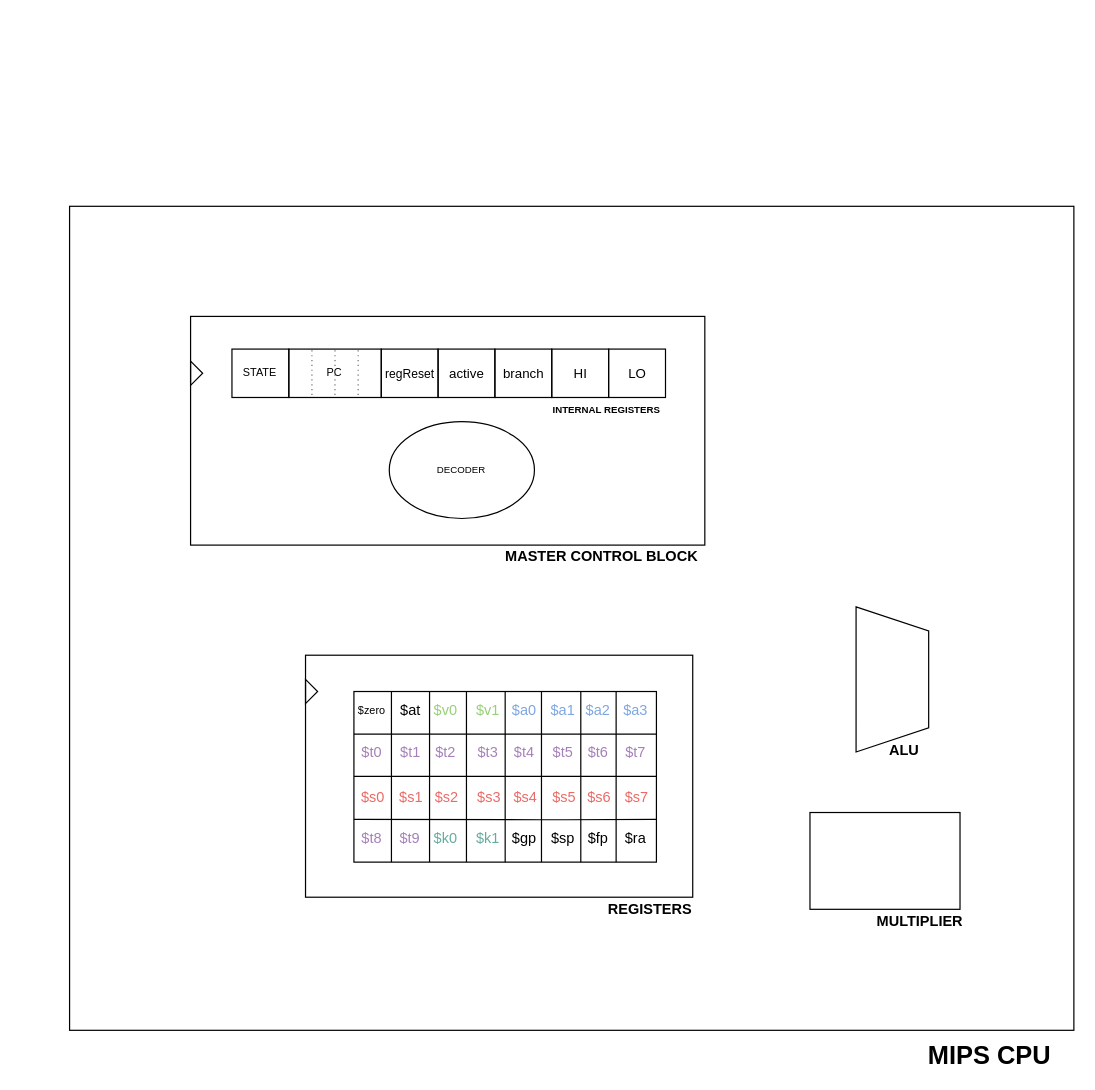
JosiahMendes/MIPS32-T501 keeps this draw.io diagram as docs/Architecture_Diagram.drawio. Above is the earlier version. Source tidied: cells renumbered, new cells numbered last; positions are measured from the earlier drawing's top-left corner, leaving out a move shared by most shapes. Both pictures are drawn from the tidied source at 121%, with x=0, y=0 at pixel (69, 206).
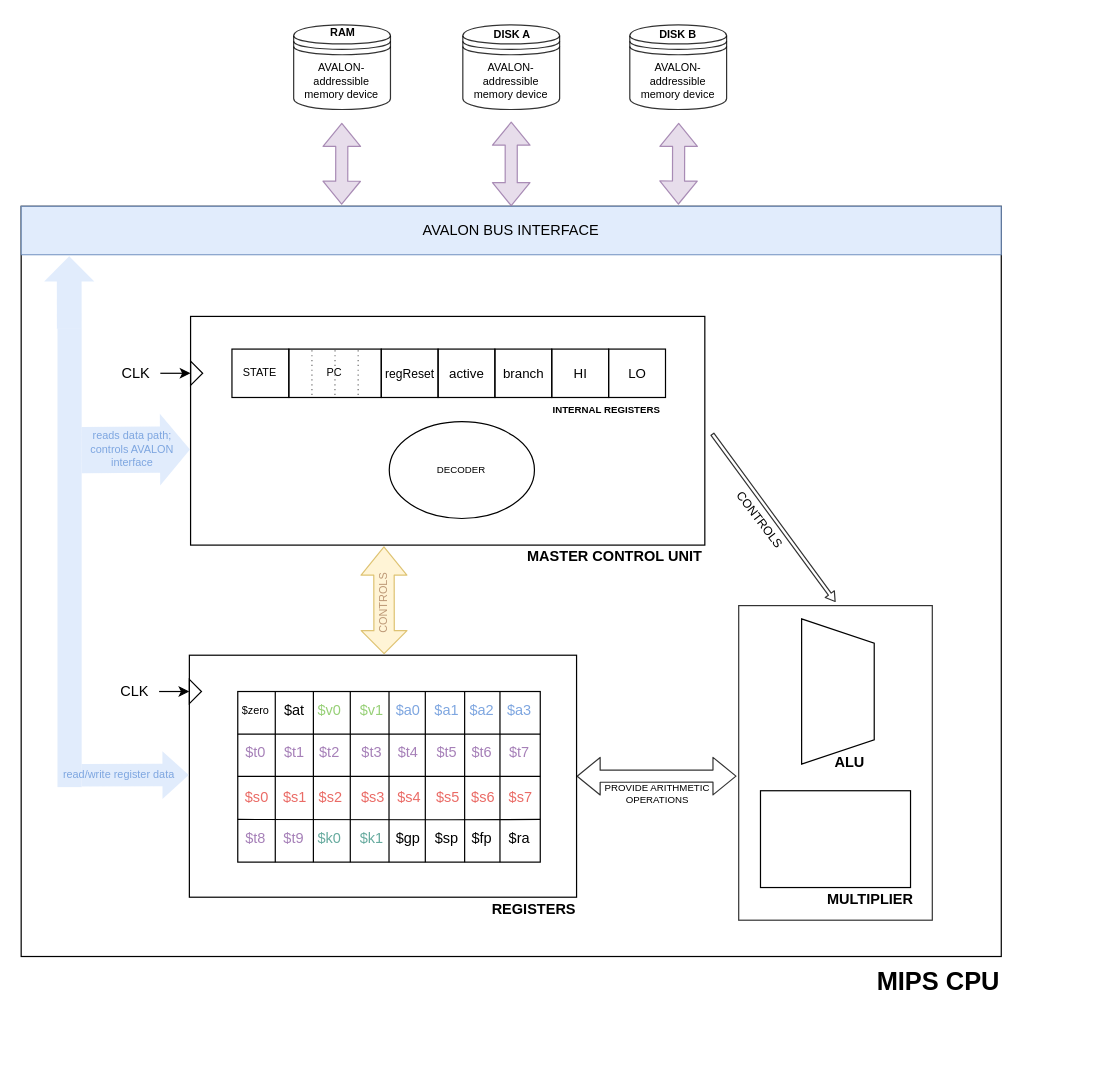
The same page after the edit.

Commit message:
added data flows to architecture diagram

The change refers to these unchanged cells:
```xml
<mxCell id="10" style="rounded=0;whiteSpace=wrap;html=1;glass=1;gradientColor=none;fontSize=9;fontColor=#67AB9F;fillColor=none;" parent="9" vertex="1">
  <mxGeometry width="320" height="200" as="geometry" />
</mxCell>
<mxCell id="56" style="triangle;whiteSpace=wrap;html=1;glass=1;fillColor=none;gradientColor=none;fontSize=9;fontColor=#67AB9F;" parent="9" vertex="1">
  <mxGeometry y="20" width="10" height="20" as="geometry" />
</mxCell>
```

What changed in the source:
```diff
@@
     <mxCell id="2" style="rounded=0;whiteSpace=wrap;html=1;glass=1;fillColor=none;gradientColor=none;fontSize=8;fontColor=#000000;" parent="1" vertex="1">
-      <mxGeometry width="830" height="681" as="geometry" />
+      <mxGeometry x="-40" width="810" height="620" as="geometry" />
     </mxCell>
-    <mxCell id="3" style="shape=trapezoid;perimeter=trapezoidPerimeter;whiteSpace=wrap;html=1;fixedSize=1;fillColor=none;rotation=90;" parent="1" vertex="1">
-      <mxGeometry x="620" y="361" width="120" height="60" as="geometry" />
-    </mxCell>
-    <mxCell id="4" value="&lt;b&gt;ALU&lt;/b&gt;" style="text;html=1;strokeColor=none;fillColor=none;align=center;verticalAlign=middle;whiteSpace=wrap;rounded=0;" parent="1" vertex="1">
-      <mxGeometry x="670" y="440" width="40" height="20" as="geometry" />
-    </mxCell>
-    <mxCell id="5" style="rounded=0;whiteSpace=wrap;html=1;fillColor=none;" parent="1" vertex="1">
-      <mxGeometry x="611.9" y="501" width="124" height="80" as="geometry" />
-    </mxCell>
-    <mxCell id="6" value="MULTIPLIER" style="text;html=1;strokeColor=none;fillColor=none;align=center;verticalAlign=middle;whiteSpace=wrap;rounded=0;fontStyle=1;" parent="1" vertex="1">
-      <mxGeometry x="658.1" y="581" width="90" height="20" as="geometry" />
-    </mxCell>
     <mxCell id="7" style="group;" parent="1" vertex="1">
-      <mxGeometry x="195" y="371" width="330" height="220" as="geometry" />
+      <mxGeometry x="99" y="371" width="330" height="220" as="geometry" />
     </mxCell>
@@
-    <mxCell id="58" value="MASTER CONTROL BLOCK" style="text;html=1;strokeColor=none;fillColor=none;align=center;verticalAlign=middle;whiteSpace=wrap;rounded=0;fontStyle=1;" parent="1" vertex="1">
+    <mxCell id="58" value="MASTER CONTROL UNIT" style="text;html=1;strokeColor=none;fillColor=none;align=right;verticalAlign=middle;whiteSpace=wrap;rounded=0;fontStyle=1;" parent="1" vertex="1">
       <mxGeometry x="355" y="280" width="170" height="20" as="geometry" />
     </mxCell>
@@
-    <mxCell id="74" value="&lt;font style=&quot;font-size: 21px&quot;&gt;MIPS CPU&lt;/font&gt;" style="text;html=1;align=center;verticalAlign=middle;fillColor=none;strokeColor=none;rounded=0;fontStyle=1;" parent="1" vertex="1">
-      <mxGeometry x="700" y="691" width="120" height="20" as="geometry" />
+    <mxCell id="74" value="&lt;font style=&quot;font-size: 21px&quot;&gt;MIPS CPU&lt;/font&gt;" style="text;html=1;align=right;verticalAlign=middle;fillColor=none;strokeColor=none;rounded=0;fontStyle=1;" parent="1" vertex="1">
+      <mxGeometry x="650" y="630" width="120" height="20" as="geometry" />
     </mxCell>
+    <mxCell id="75" style="endArrow=classic;html=1;entryX=0;entryY=0.5;entryDx=0;entryDy=0;" parent="1" edge="1" target="56">
+      <mxGeometry relative="1" as="geometry">
+        <mxPoint x="74" y="401" as="sourcePoint" />
+      </mxGeometry>
+    </mxCell>
+    <mxCell id="76" value="CLK" style="text;html=1;strokeColor=none;fillColor=none;align=center;verticalAlign=middle;whiteSpace=wrap;rounded=0;" parent="1" vertex="1">
+      <mxGeometry x="34" y="391" width="40" height="20" as="geometry" />
+    </mxCell>
+    <mxCell id="77" style="endArrow=classic;html=1;entryX=0;entryY=0.5;entryDx=0;entryDy=0;" parent="1" edge="1">
+      <mxGeometry relative="1" as="geometry">
+        <mxPoint x="75" y="138" as="sourcePoint" />
+        <mxPoint x="100" y="138" as="targetPoint" />
+      </mxGeometry>
+    </mxCell>
+    <mxCell id="78" value="CLK" style="text;html=1;strokeColor=none;fillColor=none;align=center;verticalAlign=middle;whiteSpace=wrap;rounded=0;" parent="1" vertex="1">
+      <mxGeometry x="35" y="128" width="40" height="20" as="geometry" />
+    </mxCell>
+    <mxCell id="79" value="AVALON BUS INTERFACE" style="rounded=0;whiteSpace=wrap;html=1;fillColor=#dae8fc;strokeColor=#6c8ebf;opacity=80;" parent="1" vertex="1">
+      <mxGeometry x="-40" width="810" height="40" as="geometry" />
+    </mxCell>
+    <mxCell id="80" style="rounded=0;whiteSpace=wrap;html=1;fontSize=9;opacity=80;align=right;fillColor=#dae8fc;strokeColor=none;" parent="1" vertex="1">
+      <mxGeometry x="-10" y="101" width="20" height="379" as="geometry" />
+    </mxCell>
+    <mxCell id="81" style="shape=flexArrow;endArrow=classic;html=1;strokeWidth=1;fontSize=9;fontColor=#004C99;fillColor=#dae8fc;entryX=0;entryY=0.5;entryDx=0;entryDy=0;opacity=80;strokeColor=none;width=18.523489932885905;endSize=6.914093959731543;exitX=0.976;exitY=0.98;exitDx=0;exitDy=0;exitPerimeter=0;" parent="1" edge="1">
+      <mxGeometry relative="1" as="geometry">
+        <mxPoint x="9.5" y="470.2" as="sourcePoint" />
+        <mxPoint x="99" y="470" as="targetPoint" />
+      </mxGeometry>
+    </mxCell>
+    <mxCell id="82" style="shape=flexArrow;endArrow=classic;html=1;strokeWidth=1;fontSize=9;fontColor=#004C99;fillColor=#dae8fc;entryX=0;entryY=0.5;entryDx=0;entryDy=0;opacity=80;strokeColor=none;width=38.285714285714285;endSize=7.92;exitX=0.977;exitY=0.265;exitDx=0;exitDy=0;exitPerimeter=0;" parent="1" edge="1" source="80">
+      <mxGeometry relative="1" as="geometry">
+        <mxPoint x="100" y="201" as="targetPoint" />
+      </mxGeometry>
+    </mxCell>
+    <mxCell id="83" style="shape=flexArrow;endArrow=classic;html=1;strokeWidth=1;fontSize=9;fontColor=#004C99;fillColor=#dae8fc;opacity=80;strokeColor=none;width=20.46511627906977;endSize=6.6465116279069765;exitX=0.488;exitY=0.002;exitDx=0;exitDy=0;entryX=0.049;entryY=1.017;entryDx=0;entryDy=0;entryPerimeter=0;exitPerimeter=0;" parent="1" edge="1" source="80" target="79">
+      <mxGeometry relative="1" as="geometry" />
+    </mxCell>
+    <mxCell id="84" value="reads data path; controls AVALON interface" style="text;html=1;strokeColor=none;fillColor=none;align=center;verticalAlign=middle;whiteSpace=wrap;rounded=0;fontSize=9;opacity=80;fontColor=#7EA6E0;" parent="1" vertex="1">
+      <mxGeometry x="2" y="191" width="100" height="20" as="geometry" />
+    </mxCell>
+    <mxCell id="85" value="read/write register data" style="text;html=1;strokeColor=none;fillColor=none;align=center;verticalAlign=middle;whiteSpace=wrap;rounded=0;fontSize=9;opacity=80;fontColor=#7EA6E0;" parent="1" vertex="1">
+      <mxGeometry x="-9" y="460" width="100" height="20" as="geometry" />
+    </mxCell>
+    <mxCell id="86" style="shape=flexArrow;endArrow=classic;startArrow=classic;html=1;strokeWidth=1;fontSize=9;fontColor=#7EA6E0;opacity=80;exitX=0.327;exitY=-0.002;exitDx=0;exitDy=0;exitPerimeter=0;entryX=0.5;entryY=1.017;entryDx=0;entryDy=0;entryPerimeter=0;fillColor=#e1d5e7;strokeColor=#9673a6;" parent="1" edge="1" source="2">
+      <mxGeometry relative="1" as="geometry">
+        <mxPoint x="225" y="-69" as="targetPoint" />
+      </mxGeometry>
+    </mxCell>
+    <mxCell id="87" style="shape=flexArrow;endArrow=classic;startArrow=classic;html=1;strokeWidth=1;fontSize=9;fontColor=#7EA6E0;opacity=80;entryX=0.5;entryY=1;entryDx=0;entryDy=0;exitX=0.5;exitY=0;exitDx=0;exitDy=0;fillColor=#e1d5e7;strokeColor=#9673a6;" parent="1" edge="1" source="79">
+      <mxGeometry relative="1" as="geometry">
+        <mxPoint x="365" y="-70" as="targetPoint" />
+      </mxGeometry>
+    </mxCell>
+    <mxCell id="88" style="shape=flexArrow;endArrow=classic;startArrow=classic;html=1;strokeWidth=1;fontSize=9;fontColor=#7EA6E0;opacity=80;exitX=0.327;exitY=-0.002;exitDx=0;exitDy=0;exitPerimeter=0;entryX=0.5;entryY=1.017;entryDx=0;entryDy=0;entryPerimeter=0;fillColor=#e1d5e7;strokeColor=#9673a6;" parent="1" edge="1">
+      <mxGeometry relative="1" as="geometry">
+        <mxPoint x="503.2" y="-1.4" as="sourcePoint" />
+        <mxPoint x="503.4" y="-69" as="targetPoint" />
+      </mxGeometry>
+    </mxCell>
+    <mxCell id="89" value="&lt;span style=&quot;color: rgb(0 , 0 , 0)&quot;&gt;AVALON-addressible memory device&lt;/span&gt;" style="shape=datastore;whiteSpace=wrap;html=1;fillColor=#ffffff;fontSize=9;fontColor=#7EA6E0;opacity=80;align=center;" parent="1" vertex="1">
+      <mxGeometry x="185.2" y="-150" width="80" height="70" as="geometry" />
+    </mxCell>
+    <mxCell id="90" value="&lt;span style=&quot;color: rgb(0 , 0 , 0)&quot;&gt;AVALON-addressible memory device&lt;/span&gt;" style="shape=datastore;whiteSpace=wrap;html=1;fillColor=#ffffff;fontSize=9;fontColor=#7EA6E0;opacity=80;align=center;" parent="1" vertex="1">
+      <mxGeometry x="325" y="-150" width="80" height="70" as="geometry" />
+    </mxCell>
+    <mxCell id="91" value="&lt;span style=&quot;color: rgb(0 , 0 , 0)&quot;&gt;AVALON-addressible memory device&lt;/span&gt;" style="shape=datastore;whiteSpace=wrap;html=1;fillColor=#ffffff;fontSize=9;fontColor=#7EA6E0;opacity=80;align=center;" parent="1" vertex="1">
+      <mxGeometry x="463" y="-150" width="80" height="70" as="geometry" />
+    </mxCell>
+    <mxCell id="92" value="&lt;font color=&quot;#000000&quot;&gt;RAM&lt;/font&gt;" style="text;html=1;strokeColor=none;fillColor=none;align=center;verticalAlign=middle;whiteSpace=wrap;rounded=0;fontSize=9;fontColor=#7EA6E0;opacity=80;fontStyle=1;" parent="1" vertex="1">
+      <mxGeometry x="206.2" y="-153" width="40" height="20" as="geometry" />
+    </mxCell>
+    <mxCell id="93" value="&lt;font color=&quot;#000000&quot;&gt;DISK A&lt;/font&gt;" style="text;html=1;strokeColor=none;fillColor=none;align=center;verticalAlign=middle;whiteSpace=wrap;rounded=0;fontSize=9;fontColor=#7EA6E0;opacity=80;fontStyle=1;" parent="1" vertex="1">
+      <mxGeometry x="346.2" y="-152" width="40" height="20" as="geometry" />
+    </mxCell>
+    <mxCell id="94" value="&lt;font color=&quot;#000000&quot;&gt;DISK B&lt;/font&gt;" style="text;html=1;strokeColor=none;fillColor=none;align=center;verticalAlign=middle;whiteSpace=wrap;rounded=0;fontSize=9;fontColor=#7EA6E0;opacity=80;fontStyle=1;" parent="1" vertex="1">
+      <mxGeometry x="483" y="-152" width="40" height="20" as="geometry" />
+    </mxCell>
+    <mxCell id="95" style="shape=flexArrow;endArrow=classic;startArrow=classic;html=1;strokeWidth=1;fontSize=9;fontColor=#7EA6E0;opacity=80;entryX=0.376;entryY=1.01;entryDx=0;entryDy=0;exitX=0.503;exitY=-0.004;exitDx=0;exitDy=0;entryPerimeter=0;exitPerimeter=0;fillColor=#fff2cc;strokeColor=#d6b656;width=16.87150837988827;endSize=7.486033519553073;" parent="1" edge="1" source="10">
+      <mxGeometry relative="1" as="geometry">
+        <mxPoint x="259.8" y="280.9" as="targetPoint" />
+      </mxGeometry>
+    </mxCell>
+    <mxCell id="96" value="CONTROLS" style="text;html=1;strokeColor=none;fillColor=none;align=center;verticalAlign=middle;whiteSpace=wrap;rounded=0;fontSize=9;opacity=80;rotation=-90;fontColor=#BD9876;" parent="1" vertex="1">
+      <mxGeometry x="240" y="318" width="40" height="20" as="geometry" />
+    </mxCell>
+    <mxCell id="97" value="PROVIDE ARITHMETIC&lt;br&gt;OPERATIONS" style="text;html=1;strokeColor=none;fillColor=none;align=center;verticalAlign=middle;whiteSpace=wrap;rounded=0;fontSize=8;opacity=80;rotation=0;" parent="1" vertex="1">
+      <mxGeometry x="396" y="476" width="180" height="20" as="geometry" />
+    </mxCell>
+    <mxCell id="98" style="group;" parent="1" vertex="1">
+      <mxGeometry x="553" y="330" width="160" height="260" as="geometry" />
+    </mxCell>
+    <mxCell id="99" style="rounded=0;whiteSpace=wrap;html=1;fontSize=8;fontColor=#000000;opacity=80;align=center;fillColor=none;" parent="98" vertex="1">
+      <mxGeometry width="160" height="260" as="geometry" />
+    </mxCell>
+    <mxCell id="3" style="shape=trapezoid;perimeter=trapezoidPerimeter;whiteSpace=wrap;html=1;fixedSize=1;fillColor=none;rotation=90;" parent="98" vertex="1">
+      <mxGeometry x="22" y="41" width="120" height="60" as="geometry" />
+    </mxCell>
+    <mxCell id="4" value="&lt;b&gt;ALU&lt;/b&gt;" style="text;html=1;strokeColor=none;fillColor=none;align=center;verticalAlign=middle;whiteSpace=wrap;rounded=0;" parent="98" vertex="1">
+      <mxGeometry x="72" y="120" width="40" height="20" as="geometry" />
+    </mxCell>
+    <mxCell id="5" style="rounded=0;whiteSpace=wrap;html=1;fillColor=none;" parent="98" vertex="1">
+      <mxGeometry x="18" y="153" width="124" height="80" as="geometry" />
+    </mxCell>
+    <mxCell id="6" value="MULTIPLIER" style="text;html=1;strokeColor=none;fillColor=none;align=center;verticalAlign=middle;whiteSpace=wrap;rounded=0;fontStyle=1;" parent="98" vertex="1">
+      <mxGeometry x="64.1" y="233" width="90" height="20" as="geometry" />
+    </mxCell>
+    <mxCell id="100" style="shape=flexArrow;endArrow=classic;startArrow=classic;html=1;strokeWidth=1;fontSize=8;fontColor=#000000;opacity=80;exitX=1;exitY=0.5;exitDx=0;exitDy=0;entryX=-0.011;entryY=0.542;entryDx=0;entryDy=0;entryPerimeter=0;" parent="1" edge="1" source="10" target="99">
+      <mxGeometry relative="1" as="geometry" />
+    </mxCell>
+    <mxCell id="101" style="shape=flexArrow;endArrow=classic;html=1;strokeWidth=1;fontSize=8;fontColor=#000000;opacity=80;width=2.922077922077922;endSize=2.1653679653679654;endWidth=5.416666666666667;" parent="1" edge="1">
+      <mxGeometry relative="1" as="geometry">
+        <mxPoint x="531" y="188" as="sourcePoint" />
+        <mxPoint x="633" y="327" as="targetPoint" />
+      </mxGeometry>
+    </mxCell>
+    <mxCell id="102" value="CONTROLS" style="text;html=1;strokeColor=none;fillColor=none;align=center;verticalAlign=middle;whiteSpace=wrap;rounded=0;fontSize=10;fontColor=#000000;opacity=80;rotation=52.7;" parent="1" vertex="1">
+      <mxGeometry x="551" y="249" width="40" height="20" as="geometry" />
+    </mxCell>
```
